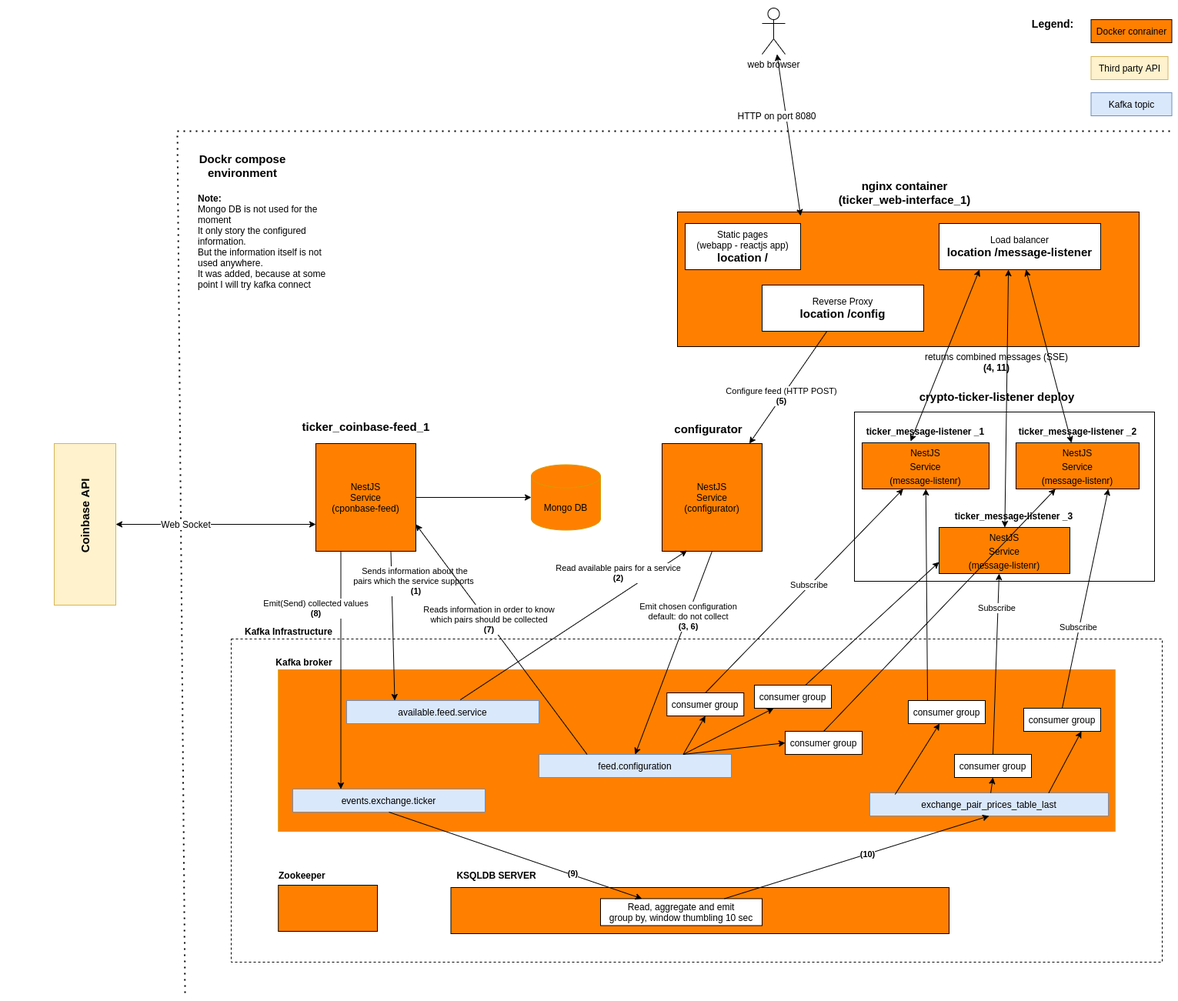
gmanolov-dev/nestjs-kafka_ksqldb keeps this draw.io diagram as docker-compose-diagram.png. Above is the earlier version. Source tidied: cells renumbered, new cells last; positions are measured from the earlier drawing's top-left corner, leaving out a move shared by most shapes.
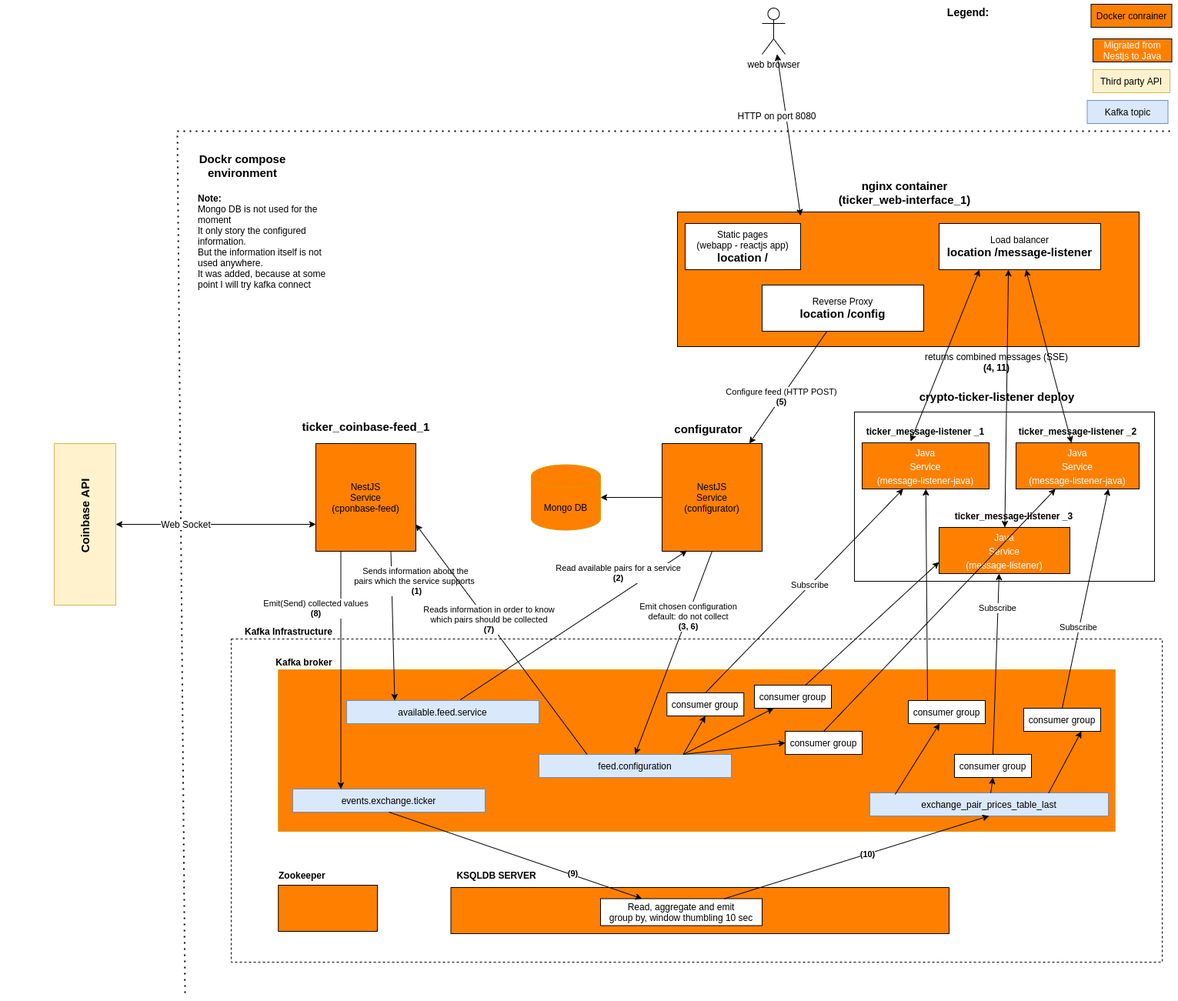
After the change.

What changed in the source:
```diff
@@ -37,13 +37,13 @@
     <mxCell id="11" value="crypto-ticker-listener deploy" style="text;html=1;strokeColor=none;fillColor=none;align=center;verticalAlign=middle;whiteSpace=wrap;rounded=0;fontSize=15;fontStyle=1;" parent="1" vertex="1">
       <mxGeometry x="1187.5" y="505" width="215" height="20" as="geometry" />
     </mxCell>
-    <mxCell id="12" value="&lt;span style=&quot;font-size: 12px&quot;&gt;NestJS&lt;/span&gt;&lt;br style=&quot;font-size: 12px&quot;&gt;&lt;span style=&quot;font-size: 12px&quot;&gt;Service&lt;/span&gt;&lt;br style=&quot;font-size: 12px&quot;&gt;&lt;span style=&quot;font-size: 12px&quot;&gt;(message-listenr)&lt;/span&gt;" style="rounded=0;whiteSpace=wrap;html=1;fontSize=15;fillColor=#FF8000;" parent="1" vertex="1">
+    <mxCell id="12" value="&lt;span style=&quot;font-size: 12px&quot;&gt;Java&lt;/span&gt;&lt;br style=&quot;font-size: 12px&quot;&gt;&lt;span style=&quot;font-size: 12px&quot;&gt;Service&lt;/span&gt;&lt;br style=&quot;font-size: 12px&quot;&gt;&lt;span style=&quot;font-size: 12px&quot;&gt;(message-listener-java)&lt;/span&gt;" style="rounded=0;whiteSpace=wrap;html=1;fontSize=15;fillColor=#FF8000;fontColor=#FFFFFF;" parent="1" vertex="1">
       <mxGeometry x="1120" y="575" width="165" height="60" as="geometry" />
     </mxCell>
-    <mxCell id="13" value="&lt;span style=&quot;font-size: 12px&quot;&gt;NestJS&lt;/span&gt;&lt;br style=&quot;font-size: 12px&quot;&gt;&lt;span style=&quot;font-size: 12px&quot;&gt;Service&lt;/span&gt;&lt;br style=&quot;font-size: 12px&quot;&gt;&lt;span style=&quot;font-size: 12px&quot;&gt;(message-listenr)&lt;/span&gt;" style="rounded=0;whiteSpace=wrap;html=1;fontSize=15;fillColor=#FF8000;" parent="1" vertex="1">
+    <mxCell id="13" value="&lt;span style=&quot;font-size: 12px&quot;&gt;Java&lt;/span&gt;&lt;br style=&quot;font-size: 12px&quot;&gt;&lt;span style=&quot;font-size: 12px&quot;&gt;Service&lt;/span&gt;&lt;br style=&quot;font-size: 12px&quot;&gt;&lt;span style=&quot;font-size: 12px&quot;&gt;(message-listener)&lt;/span&gt;" style="rounded=0;whiteSpace=wrap;html=1;fontSize=15;fillColor=#FF8000;fontColor=#FFFFFF;" parent="1" vertex="1">
       <mxGeometry x="1220" y="685" width="170" height="60" as="geometry" />
     </mxCell>
-    <mxCell id="14" value="&lt;span style=&quot;font-size: 12px&quot;&gt;NestJS&lt;/span&gt;&lt;br style=&quot;font-size: 12px&quot;&gt;&lt;span style=&quot;font-size: 12px&quot;&gt;Service&lt;/span&gt;&lt;br style=&quot;font-size: 12px&quot;&gt;&lt;span style=&quot;font-size: 12px&quot;&gt;(message-listenr)&lt;/span&gt;" style="rounded=0;whiteSpace=wrap;html=1;fontSize=15;fillColor=#FF8000;" parent="1" vertex="1">
+    <mxCell id="14" value="&lt;span style=&quot;font-size: 12px&quot;&gt;Java&lt;/span&gt;&lt;br style=&quot;font-size: 12px&quot;&gt;&lt;span style=&quot;font-size: 12px&quot;&gt;Service&lt;/span&gt;&lt;br style=&quot;font-size: 12px&quot;&gt;&lt;span style=&quot;font-size: 12px&quot;&gt;(message-listener-java)&lt;/span&gt;" style="rounded=0;whiteSpace=wrap;html=1;fontSize=15;fillColor=#FF8000;fontColor=#FFFFFF;" parent="1" vertex="1">
       <mxGeometry x="1320" y="575" width="160" height="60" as="geometry" />
     </mxCell>
     <mxCell id="15" value="ticker_message-listener _2" style="text;html=1;strokeColor=none;fillColor=none;align=center;verticalAlign=middle;whiteSpace=wrap;rounded=0;fontSize=12;fontStyle=1;" parent="1" vertex="1">
@@ -56,7 +56,7 @@
       <mxGeometry x="1080" y="230" width="190" height="40" as="geometry" />
     </mxCell>
     <mxCell id="18" value="Docker conrainer" style="rounded=0;whiteSpace=wrap;html=1;fontSize=12;fillColor=#FF8000;" parent="1" vertex="1">
-      <mxGeometry x="1417.5" y="25" width="105" height="30" as="geometry" />
+      <mxGeometry x="1417.5" y="5" width="105" height="30" as="geometry" />
     </mxCell>
     <mxCell id="19" value="Static pages&lt;br&gt;(webapp - reactjs app)&lt;br&gt;&lt;b&gt;&lt;font style=&quot;font-size: 15px&quot;&gt;location /&lt;/font&gt;&lt;/b&gt;" style="rounded=0;whiteSpace=wrap;html=1;fontSize=12;fillColor=#FFFFFF;" parent="1" vertex="1">
       <mxGeometry x="890" y="290" width="150" height="60" as="geometry" />
@@ -85,10 +85,10 @@
       </mxGeometry>
     </mxCell>
     <mxCell id="27" value="Legend:&amp;nbsp;" style="text;html=1;strokeColor=none;fillColor=none;align=center;verticalAlign=middle;whiteSpace=wrap;rounded=0;fontSize=14;fontStyle=1;" parent="1" vertex="1">
-      <mxGeometry x="1350" y="20" width="40" height="20" as="geometry" />
+      <mxGeometry x="1240" y="5" width="40" height="20" as="geometry" />
     </mxCell>
     <mxCell id="28" value="Third party API" style="rounded=0;whiteSpace=wrap;html=1;fontSize=12;fillColor=#fff2cc;strokeColor=#d6b656;" parent="1" vertex="1">
-      <mxGeometry x="1417.5" y="73" width="100" height="30" as="geometry" />
+      <mxGeometry x="1420" y="90" width="100" height="30" as="geometry" />
     </mxCell>
     <mxCell id="29" style="endArrow=none;dashed=1;html=1;dashPattern=1 3;strokeWidth=2;fontSize=12;" parent="1" edge="1">
       <mxGeometry relative="1" as="geometry">
@@ -201,12 +201,12 @@
       <mxGeometry x="450" y="910" width="250" height="30" as="geometry" />
     </mxCell>
     <mxCell id="64" value="Kafka topic" style="rounded=0;whiteSpace=wrap;html=1;fillColor=#dae8fc;strokeColor=#6c8ebf;" parent="1" vertex="1">
-      <mxGeometry x="1417.5" y="120" width="105" height="30" as="geometry" />
+      <mxGeometry x="1412.5" y="130" width="105" height="30" as="geometry" />
     </mxCell>
     <mxCell id="65" value="Mongo DB" style="shape=cylinder3;whiteSpace=wrap;html=1;boundedLbl=1;backgroundOutline=1;size=15;strokeColor=#d79b00;fillColor=#FF8000;" parent="1" vertex="1">
       <mxGeometry x="690" y="603.5" width="90" height="85" as="geometry" />
     </mxCell>
-    <mxCell id="66" style="endArrow=classic;html=1;exitX=1;exitY=0.5;exitDx=0;exitDy=0;" parent="1" edge="1" source="2" target="65">
+    <mxCell id="66" style="endArrow=classic;html=1;" parent="1" edge="1" source="56" target="65">
       <mxGeometry relative="1" as="geometry" />
     </mxCell>
     <mxCell id="67" value="&lt;b&gt;Note:&amp;nbsp;&lt;br&gt;&lt;/b&gt;Mongo DB is not used for the moment&amp;nbsp;&lt;br&gt;It only story the configured information.&lt;br&gt;But the information itself is not used anywhere.&amp;nbsp;&lt;br&gt;It was added, because at some point I will try kafka connect&amp;nbsp;" style="text;html=1;strokeColor=none;fillColor=none;align=left;verticalAlign=middle;whiteSpace=wrap;rounded=0;" parent="1" vertex="1">
@@ -286,5 +286,8 @@
     <mxCell id="88" value="Subscribe" style="edgeLabel;html=1;align=center;verticalAlign=middle;" parent="1" vertex="1">
       <mxGeometry x="1295" y="790" as="geometry" />
     </mxCell>
+    <mxCell id="89" value="&lt;font color=&quot;#ffffff&quot;&gt;Migrated from Nestjs to Java&lt;/font&gt;" style="rounded=0;whiteSpace=wrap;html=1;fontSize=12;fillColor=#FF8000;" parent="1" vertex="1">
+      <mxGeometry x="1420" y="50" width="102.5" height="30" as="geometry" />
+    </mxCell>
   </root>
 </mxGraphModel>
```
